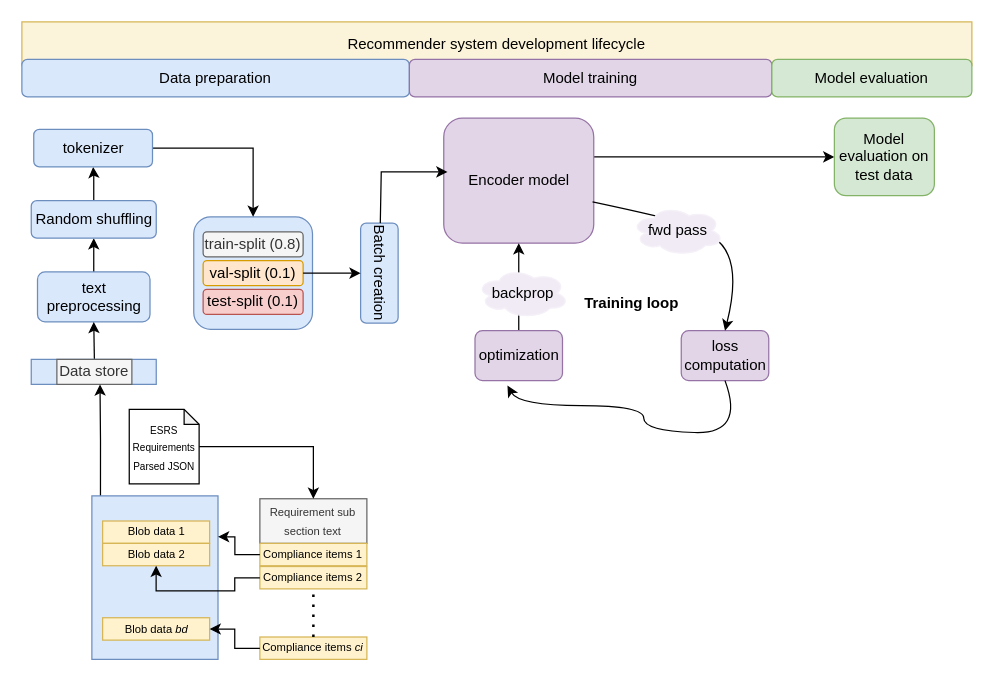
Earlier version of the draw.io diagram page "Page-4" (4 of 5) of Untitled Diagram.drawio (prabhupad26/100daysofML). Source tidied: cells renumbered, new cells numbered last; positions are measured from the earlier drawing's top-left corner, leaving out a move shared by most shapes. Both pictures are drawn from the tidied source at 125%, with x=0, y=0 at pixel (21, 21).
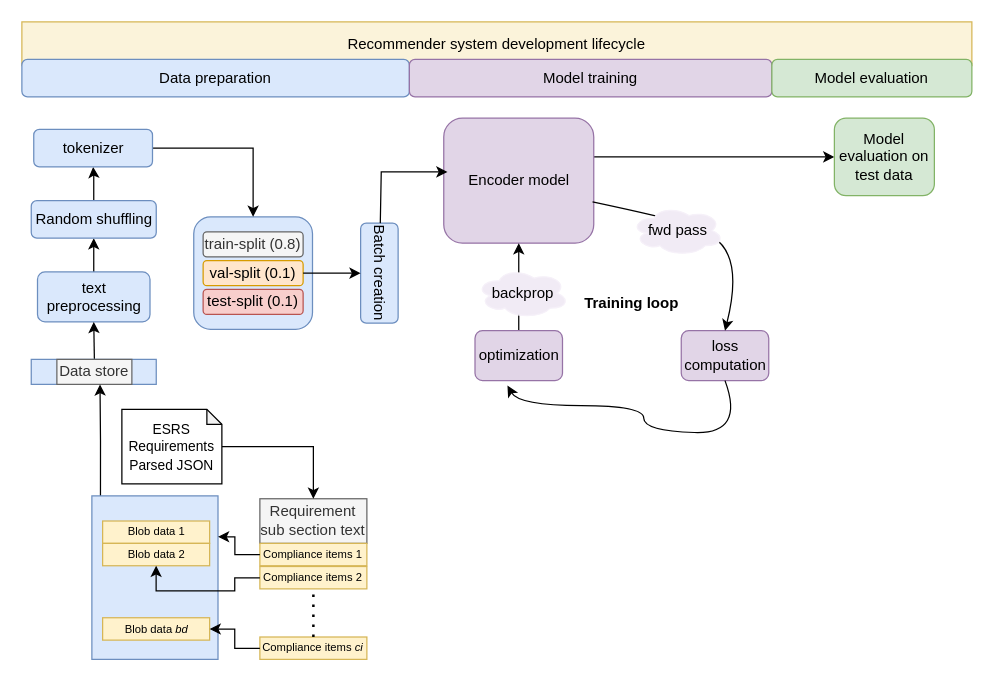
After the change.

Change to the diagram source:
```diff
@@
-    <mxCell id="38" value="&lt;font style=&quot;font-size: 9px;&quot;&gt;Requirement sub section text&lt;/font&gt;" style="rounded=0;whiteSpace=wrap;html=1;fillColor=#f5f5f5;strokeColor=#666666;fontColor=#333333;" parent="1" vertex="1">
+    <mxCell id="38" value="&lt;font style=&quot;font-size: 12px;&quot;&gt;Requirement sub section text&lt;/font&gt;" style="rounded=0;whiteSpace=wrap;html=1;fillColor=#f5f5f5;strokeColor=#666666;fontColor=#333333;" parent="1" vertex="1">
       <mxGeometry x="190.4" y="381.5" width="85.6" height="35.7" as="geometry" />
     </mxCell>
@@
-    <mxCell id="44" value="&lt;font style=&quot;font-size: 8px;&quot;&gt;ESRS Requirements Parsed JSON&lt;/font&gt;" style="shape=note;whiteSpace=wrap;html=1;backgroundOutline=1;darkOpacity=0.05;size=12;" parent="1" vertex="1">
-      <mxGeometry x="85.9" y="310" width="55.9" height="59.5" as="geometry" />
+    <mxCell id="44" value="&lt;font style=&quot;font-size: 11px;&quot;&gt;ESRS Requirements Parsed JSON&lt;/font&gt;" style="shape=note;whiteSpace=wrap;html=1;backgroundOutline=1;darkOpacity=0.05;size=12;" parent="1" vertex="1">
+      <mxGeometry x="80" y="310" width="80" height="59.5" as="geometry" />
     </mxCell>
```
